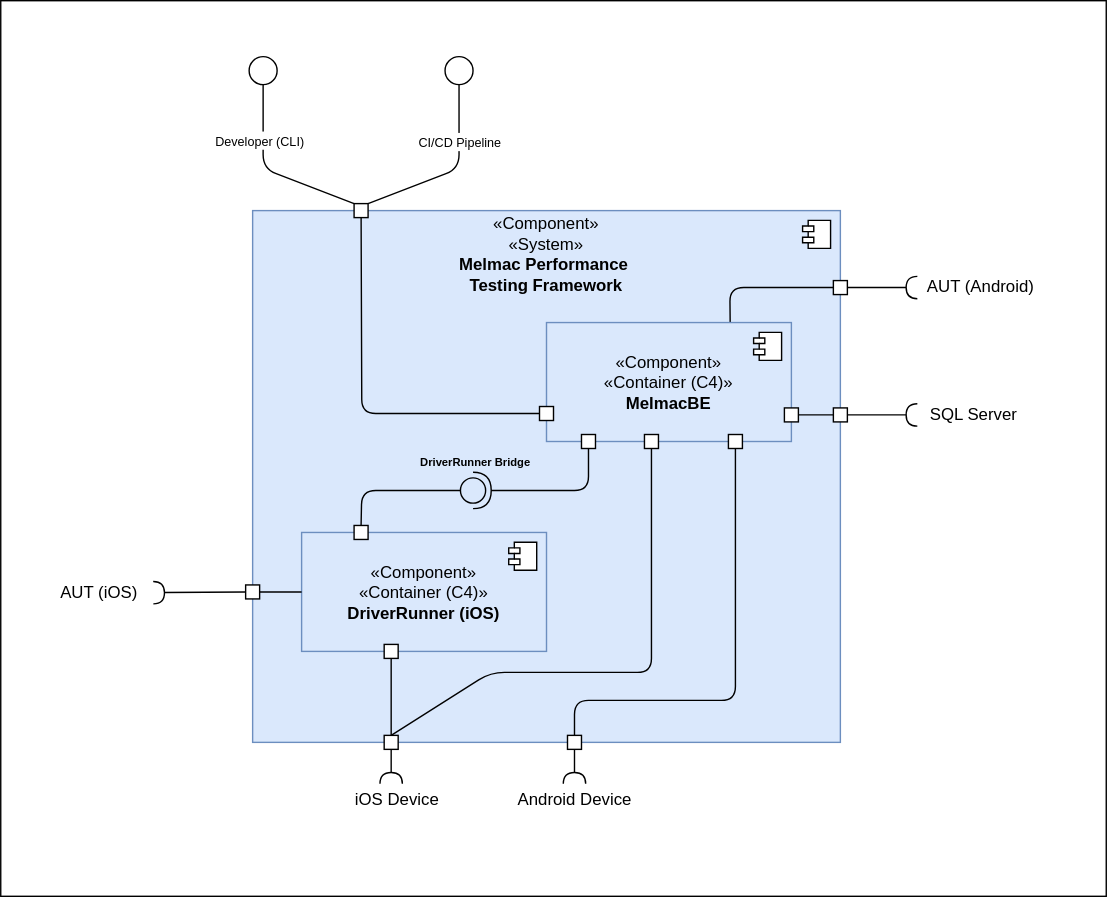
Earlier version of the draw.io export docs/global-artifacts/03.design/logical-view/level-2/svg/L2-LV.svg (Mindera/Alfie-Melmac-Performance-Testing). Source tidied: cells renumbered, new cells last; positions are measured from the earlier drawing's top-left corner, leaving out a move shared by most shapes.
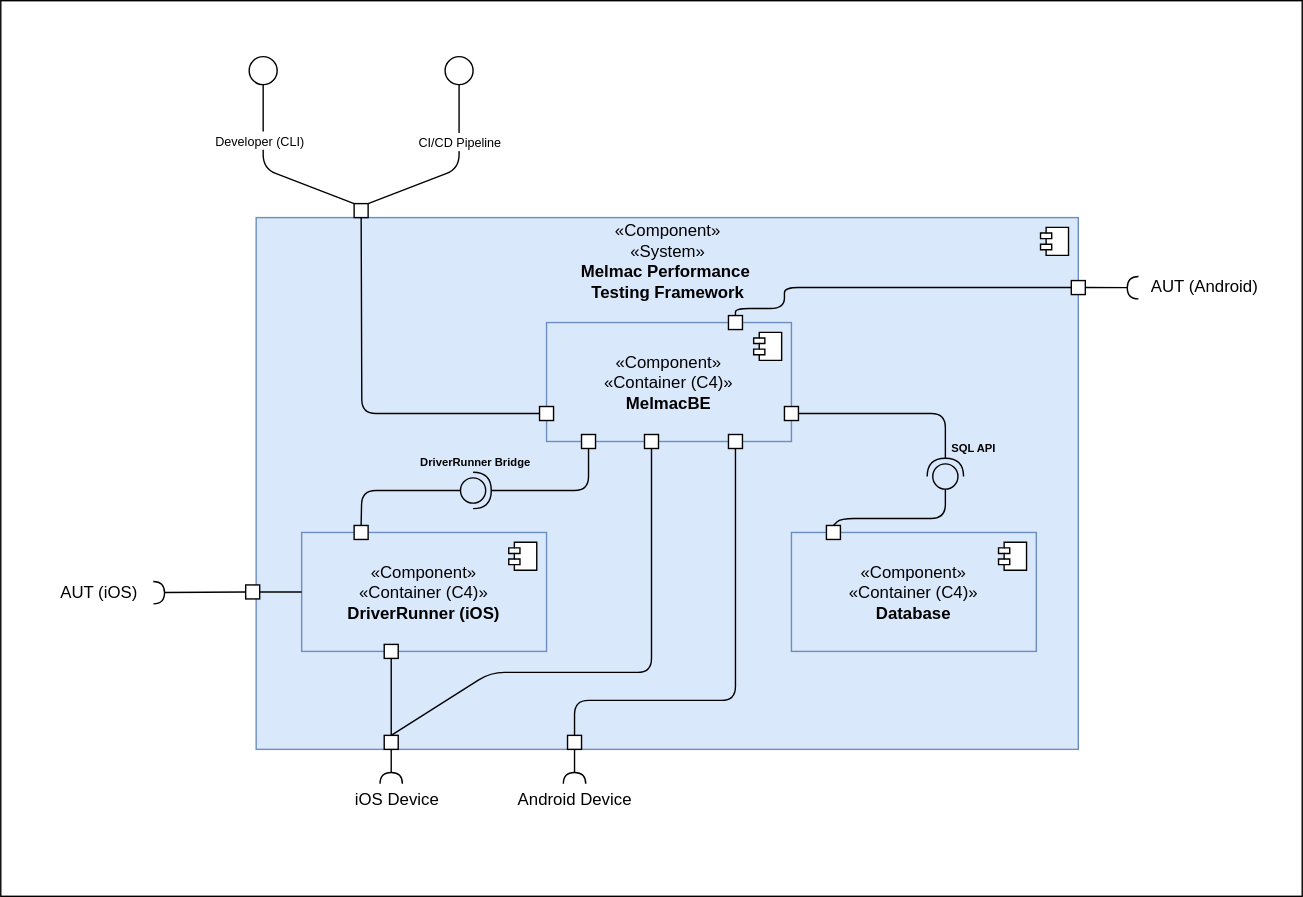
The same diagram one commit later.

What changed in the source:
```diff
@@ -3,11 +3,11 @@
     <mxCell id="0" />
     <mxCell id="1" value="Untitled Layer" parent="0" />
     <mxCell id="2" style="rounded=0;whiteSpace=wrap;html=1;" parent="1" vertex="1">
-      <mxGeometry width="790" height="640" as="geometry" />
+      <mxGeometry width="930" height="640" as="geometry" />
     </mxCell>
     <mxCell id="3" parent="0" />
     <mxCell id="4" value="«Component»&lt;div&gt;«System»&lt;/div&gt;&lt;div&gt;&lt;b&gt;&lt;font style=&quot;color: rgb(0, 0, 0);&quot;&gt;Melmac Performance&amp;nbsp;&lt;/font&gt;&lt;/b&gt;&lt;/div&gt;&lt;div&gt;&lt;b style=&quot;color: rgb(63, 63, 63);&quot;&gt;&lt;font style=&quot;color: rgb(0, 0, 0);&quot;&gt;Testing Framework&lt;/font&gt;&lt;/b&gt;&lt;/div&gt;&lt;div&gt;&lt;br&gt;&lt;/div&gt;&lt;div&gt;&lt;br&gt;&lt;/div&gt;&lt;div&gt;&lt;br&gt;&lt;/div&gt;&lt;div&gt;&lt;br&gt;&lt;/div&gt;&lt;div&gt;&lt;br&gt;&lt;/div&gt;&lt;div&gt;&lt;br&gt;&lt;/div&gt;&lt;div&gt;&lt;br&gt;&lt;/div&gt;&lt;div&gt;&lt;br&gt;&lt;/div&gt;&lt;div&gt;&lt;br&gt;&lt;/div&gt;&lt;div&gt;&lt;br&gt;&lt;/div&gt;&lt;div&gt;&lt;br&gt;&lt;/div&gt;&lt;div&gt;&lt;br&gt;&lt;/div&gt;&lt;div&gt;&lt;br&gt;&lt;/div&gt;&lt;div&gt;&lt;br&gt;&lt;/div&gt;&lt;div&gt;&lt;br&gt;&lt;/div&gt;&lt;div&gt;&lt;br&gt;&lt;/div&gt;&lt;div&gt;&lt;br&gt;&lt;/div&gt;&lt;div&gt;&lt;br&gt;&lt;/div&gt;&lt;div&gt;&lt;br&gt;&lt;/div&gt;&lt;div&gt;&lt;br&gt;&lt;/div&gt;&lt;div&gt;&lt;br&gt;&lt;br&gt;&lt;/div&gt;" style="html=1;whiteSpace=wrap;fillColor=#dae8fc;strokeColor=#6c8ebf;" parent="3" vertex="1">
-      <mxGeometry x="180" y="150" width="420" height="380" as="geometry" />
+      <mxGeometry x="182.5" y="155" width="587.5" height="380" as="geometry" />
     </mxCell>
     <mxCell id="5" style="shape=module;jettyWidth=8;jettyHeight=4;" parent="4" vertex="1">
       <mxGeometry x="1" width="20" height="20" relative="1" as="geometry">
@@ -60,17 +60,6 @@
     <mxCell id="17" style="ellipse;whiteSpace=wrap;html=1;align=center;fillColor=none;strokeColor=none;perimeter=centerPerimeter;" parent="3" vertex="1">
       <mxGeometry x="340" y="280" width="10" height="10" as="geometry" />
     </mxCell>
-    <mxCell id="18" style="whiteSpace=wrap;html=1;" parent="3" vertex="1">
-      <mxGeometry x="595" y="291" width="10" height="10" as="geometry" />
-    </mxCell>
-    <mxCell id="19" style="rounded=0;jettySize=auto;html=1;endArrow=halfCircle;endFill=0;endSize=6;strokeWidth=1;sketch=0;fontSize=12;curved=1;entryX=0.5;entryY=0.5;entryDx=0;entryDy=0;exitX=1;exitY=0.5;exitDx=0;exitDy=0;entryPerimeter=0;" parent="3" edge="1" source="18">
-      <mxGeometry relative="1" as="geometry">
-        <mxPoint x="655" y="296" as="targetPoint" />
-      </mxGeometry>
-    </mxCell>
-    <mxCell id="20" value="SQL Server" style="text;html=1;align=center;verticalAlign=middle;strokeColor=none;fillColor=none;rotation=0;" parent="3" vertex="1">
-      <mxGeometry x="650" y="281" width="90" height="30" as="geometry" />
-    </mxCell>
     <mxCell id="21" value="Android Device" style="text;html=1;align=center;verticalAlign=middle;strokeColor=none;fillColor=none;" parent="3" vertex="1">
       <mxGeometry x="360" y="556" width="100" height="30" as="geometry" />
     </mxCell>
@@ -89,10 +78,12 @@
     <mxCell id="24" value="&lt;div&gt;&lt;br&gt;&lt;/div&gt;&lt;div&gt;&lt;br&gt;&lt;/div&gt;&lt;div&gt;&lt;br&gt;&lt;br&gt;&lt;/div&gt;" style="ellipse;whiteSpace=wrap;html=1;" parent="3" vertex="1">
       <mxGeometry x="317.5" y="40" width="20" height="20" as="geometry" />
     </mxCell>
-    <mxCell id="25" style="edgeStyle=none;html=1;exitX=0.75;exitY=0;exitDx=0;exitDy=0;entryX=0;entryY=0.5;entryDx=0;entryDy=0;endArrow=none;endFill=0;" parent="3" edge="1" source="26" target="45">
+    <mxCell id="25" style="edgeStyle=none;html=1;exitX=0.5;exitY=0;exitDx=0;exitDy=0;entryX=0;entryY=0.5;entryDx=0;entryDy=0;endArrow=none;endFill=0;" parent="3" edge="1" source="58" target="45">
       <mxGeometry relative="1" as="geometry">
         <Array as="points">
-          <mxPoint x="521" y="205" />
+          <mxPoint x="525" y="220" />
+          <mxPoint x="560" y="220" />
+          <mxPoint x="560" y="205" />
         </Array>
       </mxGeometry>
     </mxCell>
@@ -104,12 +95,6 @@
         <mxPoint x="-27" y="7" as="offset" />
       </mxGeometry>
     </mxCell>
-    <mxCell id="28" style="edgeStyle=none;html=1;exitX=1;exitY=0.5;exitDx=0;exitDy=0;entryX=0;entryY=0.5;entryDx=0;entryDy=0;endArrow=none;endFill=0;" parent="3" edge="1" source="29" target="18">
-      <mxGeometry relative="1" as="geometry" />
-    </mxCell>
-    <mxCell id="29" style="whiteSpace=wrap;html=1;" parent="3" vertex="1">
-      <mxGeometry x="560" y="291" width="10" height="10" as="geometry" />
-    </mxCell>
     <mxCell id="30" style="edgeStyle=none;html=1;endArrow=none;endFill=0;entryX=0;entryY=0.5;entryDx=0;entryDy=0;" parent="3" edge="1" source="10" target="31">
       <mxGeometry relative="1" as="geometry">
         <Array as="points">
@@ -183,15 +168,13 @@
       <mxGeometry x="289" y="320" width="100" height="20" as="geometry" />
     </mxCell>
     <mxCell id="45" style="whiteSpace=wrap;html=1;" parent="3" vertex="1">
-      <mxGeometry x="595" y="200" width="10" height="10" as="geometry" />
+      <mxGeometry x="765" y="200" width="10" height="10" as="geometry" />
     </mxCell>
-    <mxCell id="46" style="rounded=0;jettySize=auto;html=1;endArrow=halfCircle;endFill=0;endSize=6;strokeWidth=1;sketch=0;fontSize=12;curved=1;exitX=1;exitY=0.5;exitDx=0;exitDy=0;" parent="3" edge="1" source="45">
-      <mxGeometry relative="1" as="geometry">
-        <mxPoint x="655" y="205" as="targetPoint" />
-      </mxGeometry>
+    <mxCell id="46" style="rounded=0;jettySize=auto;html=1;endArrow=halfCircle;endFill=0;endSize=6;strokeWidth=1;sketch=0;fontSize=12;curved=1;exitX=1;exitY=0.5;exitDx=0;exitDy=0;entryX=0.03;entryY=0.502;entryDx=0;entryDy=0;entryPerimeter=0;" parent="3" edge="1" source="45" target="47">
+      <mxGeometry relative="1" as="geometry" />
     </mxCell>
     <mxCell id="47" value="AUT (Android)" style="text;html=1;align=center;verticalAlign=middle;points=[];strokeColor=none;fillColor=none;rotation=0;" parent="3" vertex="1">
-      <mxGeometry x="650" y="190" width="100" height="30" as="geometry" />
+      <mxGeometry x="810" y="190" width="100" height="30" as="geometry" />
     </mxCell>
     <mxCell id="48" style="edgeStyle=none;html=1;exitX=1;exitY=0.5;exitDx=0;exitDy=0;entryX=0;entryY=0.5;entryDx=0;entryDy=0;endArrow=none;endFill=0;" parent="3" edge="1" source="49" target="32">
       <mxGeometry relative="1" as="geometry" />
@@ -207,5 +190,42 @@
     <mxCell id="51" value="AUT (iOS)" style="text;html=1;align=center;verticalAlign=middle;strokeColor=none;fillColor=none;rotation=0;" parent="3" vertex="1">
       <mxGeometry x="30" y="407.5" width="80" height="30" as="geometry" />
     </mxCell>
+    <mxCell id="52" style="whiteSpace=wrap;html=1;" parent="3" vertex="1">
+      <mxGeometry x="560" y="290" width="10" height="10" as="geometry" />
+    </mxCell>
+    <mxCell id="53" value="«Component»&lt;div&gt;«Container (C4)»&lt;/div&gt;&lt;div&gt;&lt;span style=&quot;background-color: transparent;&quot;&gt;&lt;b&gt;&lt;font style=&quot;color: rgb(0, 0, 0);&quot;&gt;Database&lt;/font&gt;&lt;/b&gt;&lt;/span&gt;&lt;/div&gt;" style="html=1;whiteSpace=wrap;fillColor=#dae8fc;strokeColor=#6c8ebf;" parent="3" vertex="1">
+      <mxGeometry x="565" y="380" width="175" height="85" as="geometry" />
+    </mxCell>
+    <mxCell id="54" style="shape=module;jettyWidth=8;jettyHeight=4;" parent="53" vertex="1">
+      <mxGeometry x="1" width="20" height="20" relative="1" as="geometry">
+        <mxPoint x="-27" y="7" as="offset" />
+      </mxGeometry>
+    </mxCell>
+    <mxCell id="55" style="edgeStyle=none;html=1;exitX=1;exitY=0.5;exitDx=0;exitDy=0;endArrow=halfCircle;endFill=0;strokeWidth=1;endSize=11;" parent="3" edge="1" source="52">
+      <mxGeometry relative="1" as="geometry">
+        <mxPoint x="675" y="340" as="targetPoint" />
+        <Array as="points">
+          <mxPoint x="675" y="295" />
+        </Array>
+      </mxGeometry>
+    </mxCell>
+    <mxCell id="56" style="edgeStyle=none;html=1;exitX=0.5;exitY=0;exitDx=0;exitDy=0;endArrow=oval;endFill=0;endSize=18;" parent="3" edge="1" source="57">
+      <mxGeometry relative="1" as="geometry">
+        <mxPoint x="675" y="340" as="targetPoint" />
+        <Array as="points">
+          <mxPoint x="600" y="370" />
+          <mxPoint x="675" y="370" />
+        </Array>
+      </mxGeometry>
+    </mxCell>
+    <mxCell id="57" style="whiteSpace=wrap;html=1;" parent="3" vertex="1">
+      <mxGeometry x="590" y="375" width="10" height="10" as="geometry" />
+    </mxCell>
+    <mxCell id="58" style="whiteSpace=wrap;html=1;" parent="3" vertex="1">
+      <mxGeometry x="520" y="225" width="10" height="10" as="geometry" />
+    </mxCell>
+    <mxCell id="59" value="SQL API" style="text;html=1;align=center;verticalAlign=middle;strokeColor=none;fillColor=none;fontStyle=1;fontSize=8;" parent="3" vertex="1">
+      <mxGeometry x="670" y="310" width="50" height="20" as="geometry" />
+    </mxCell>
   </root>
 </mxGraphModel>
```
